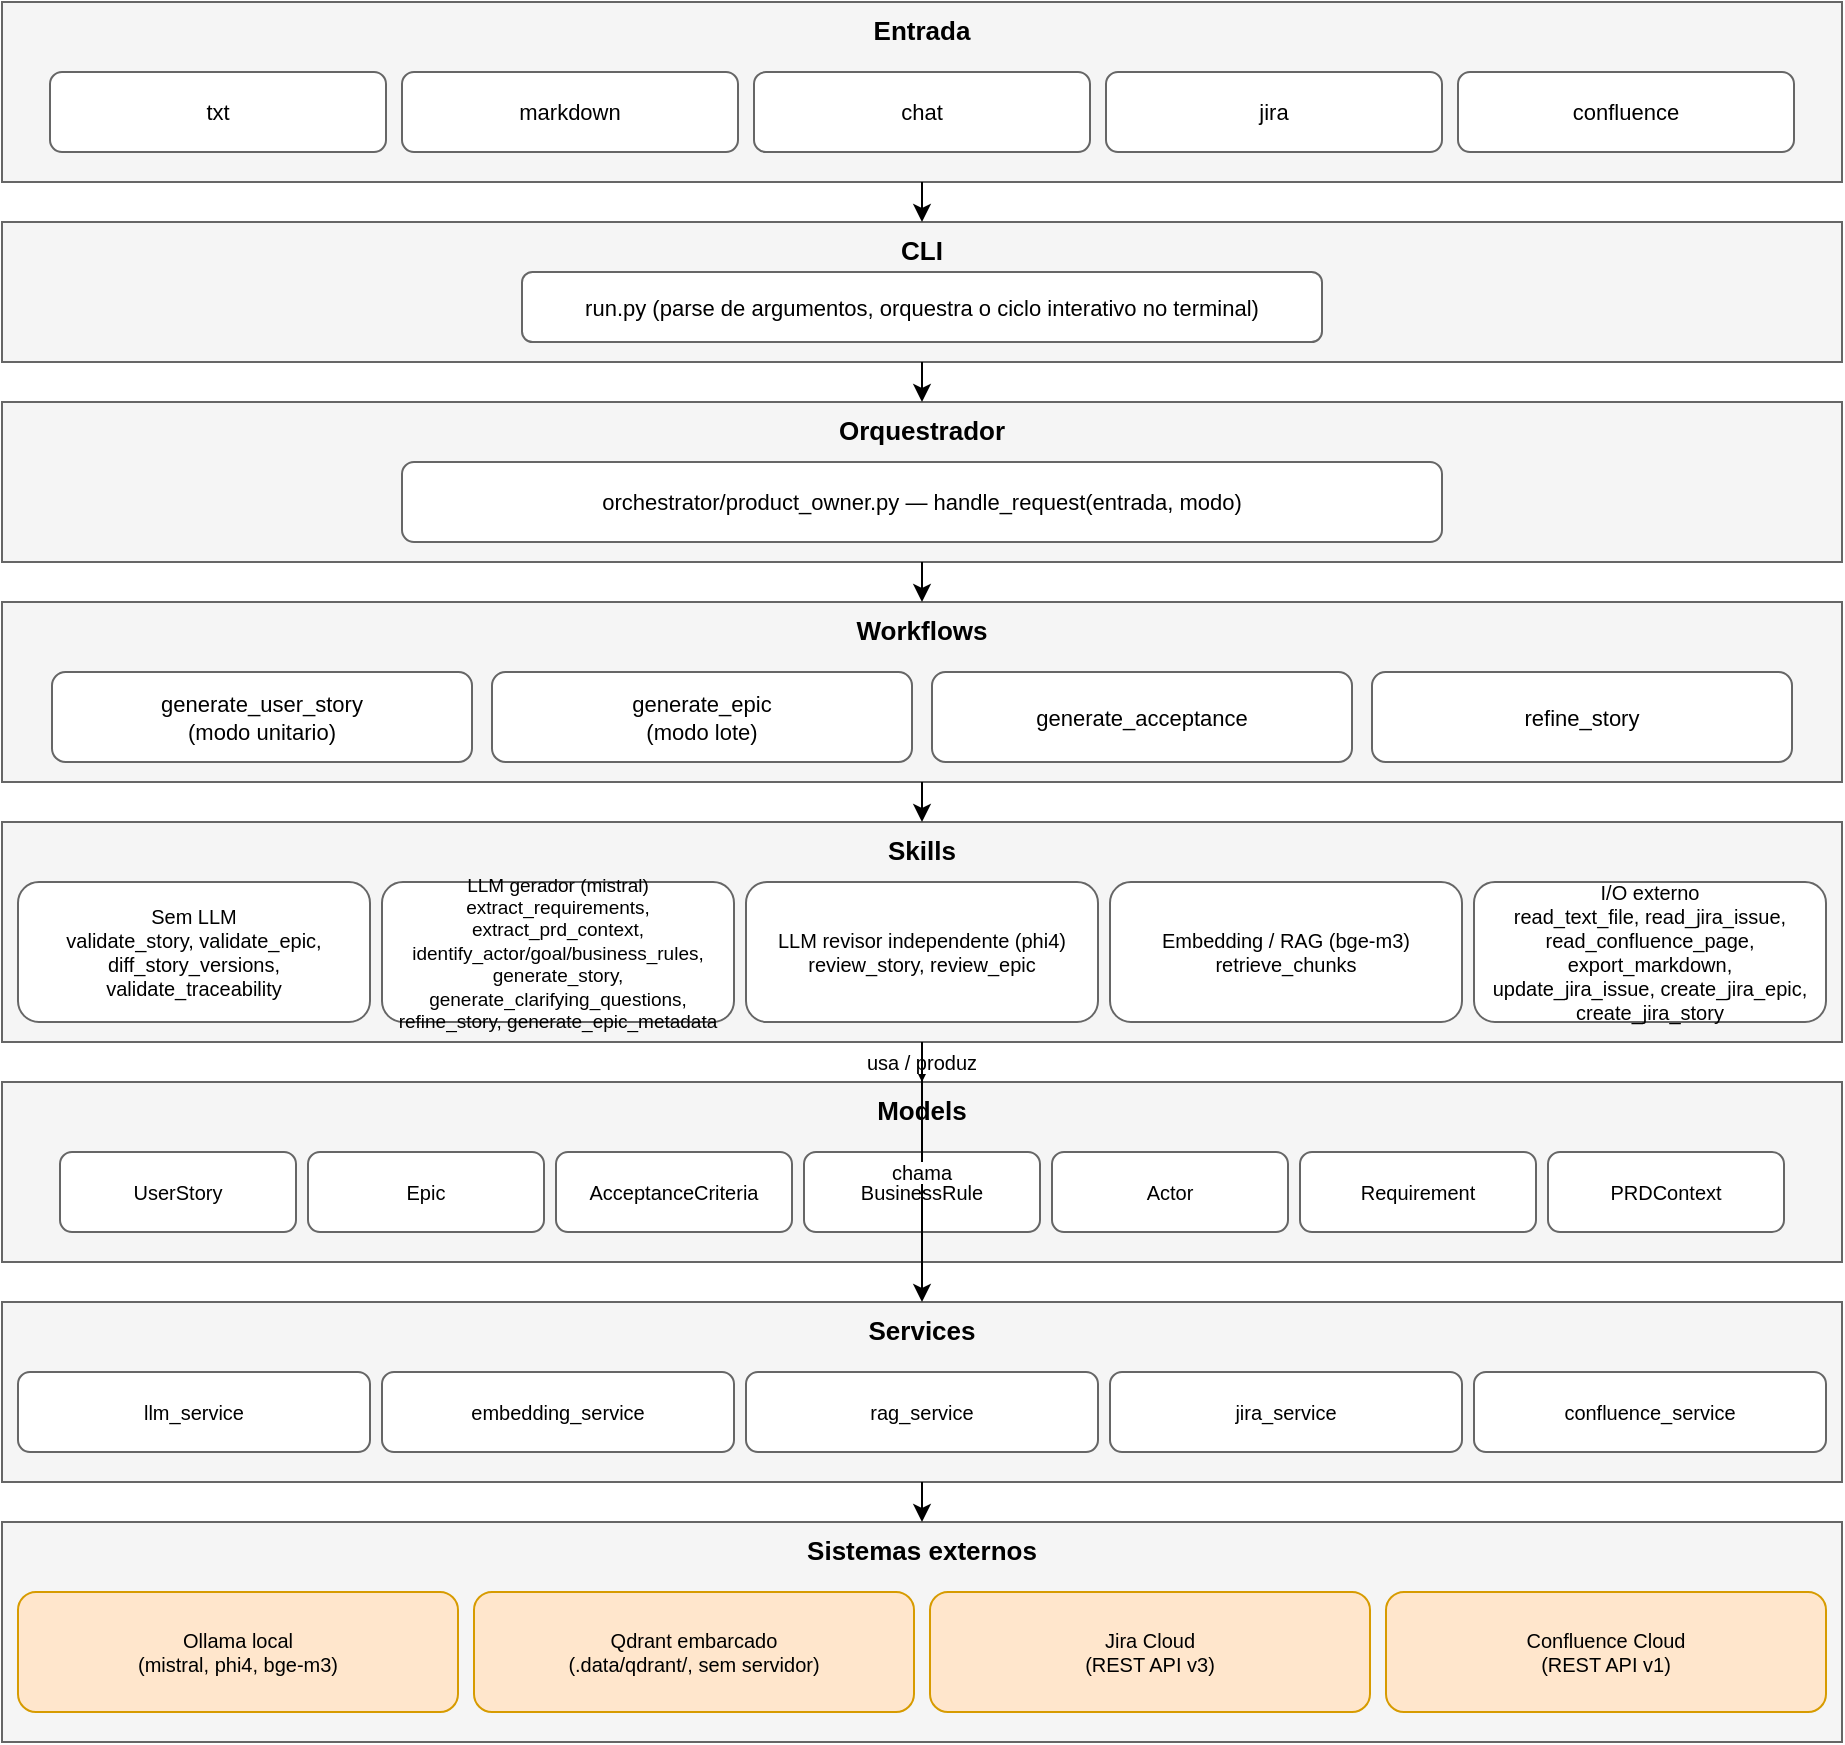
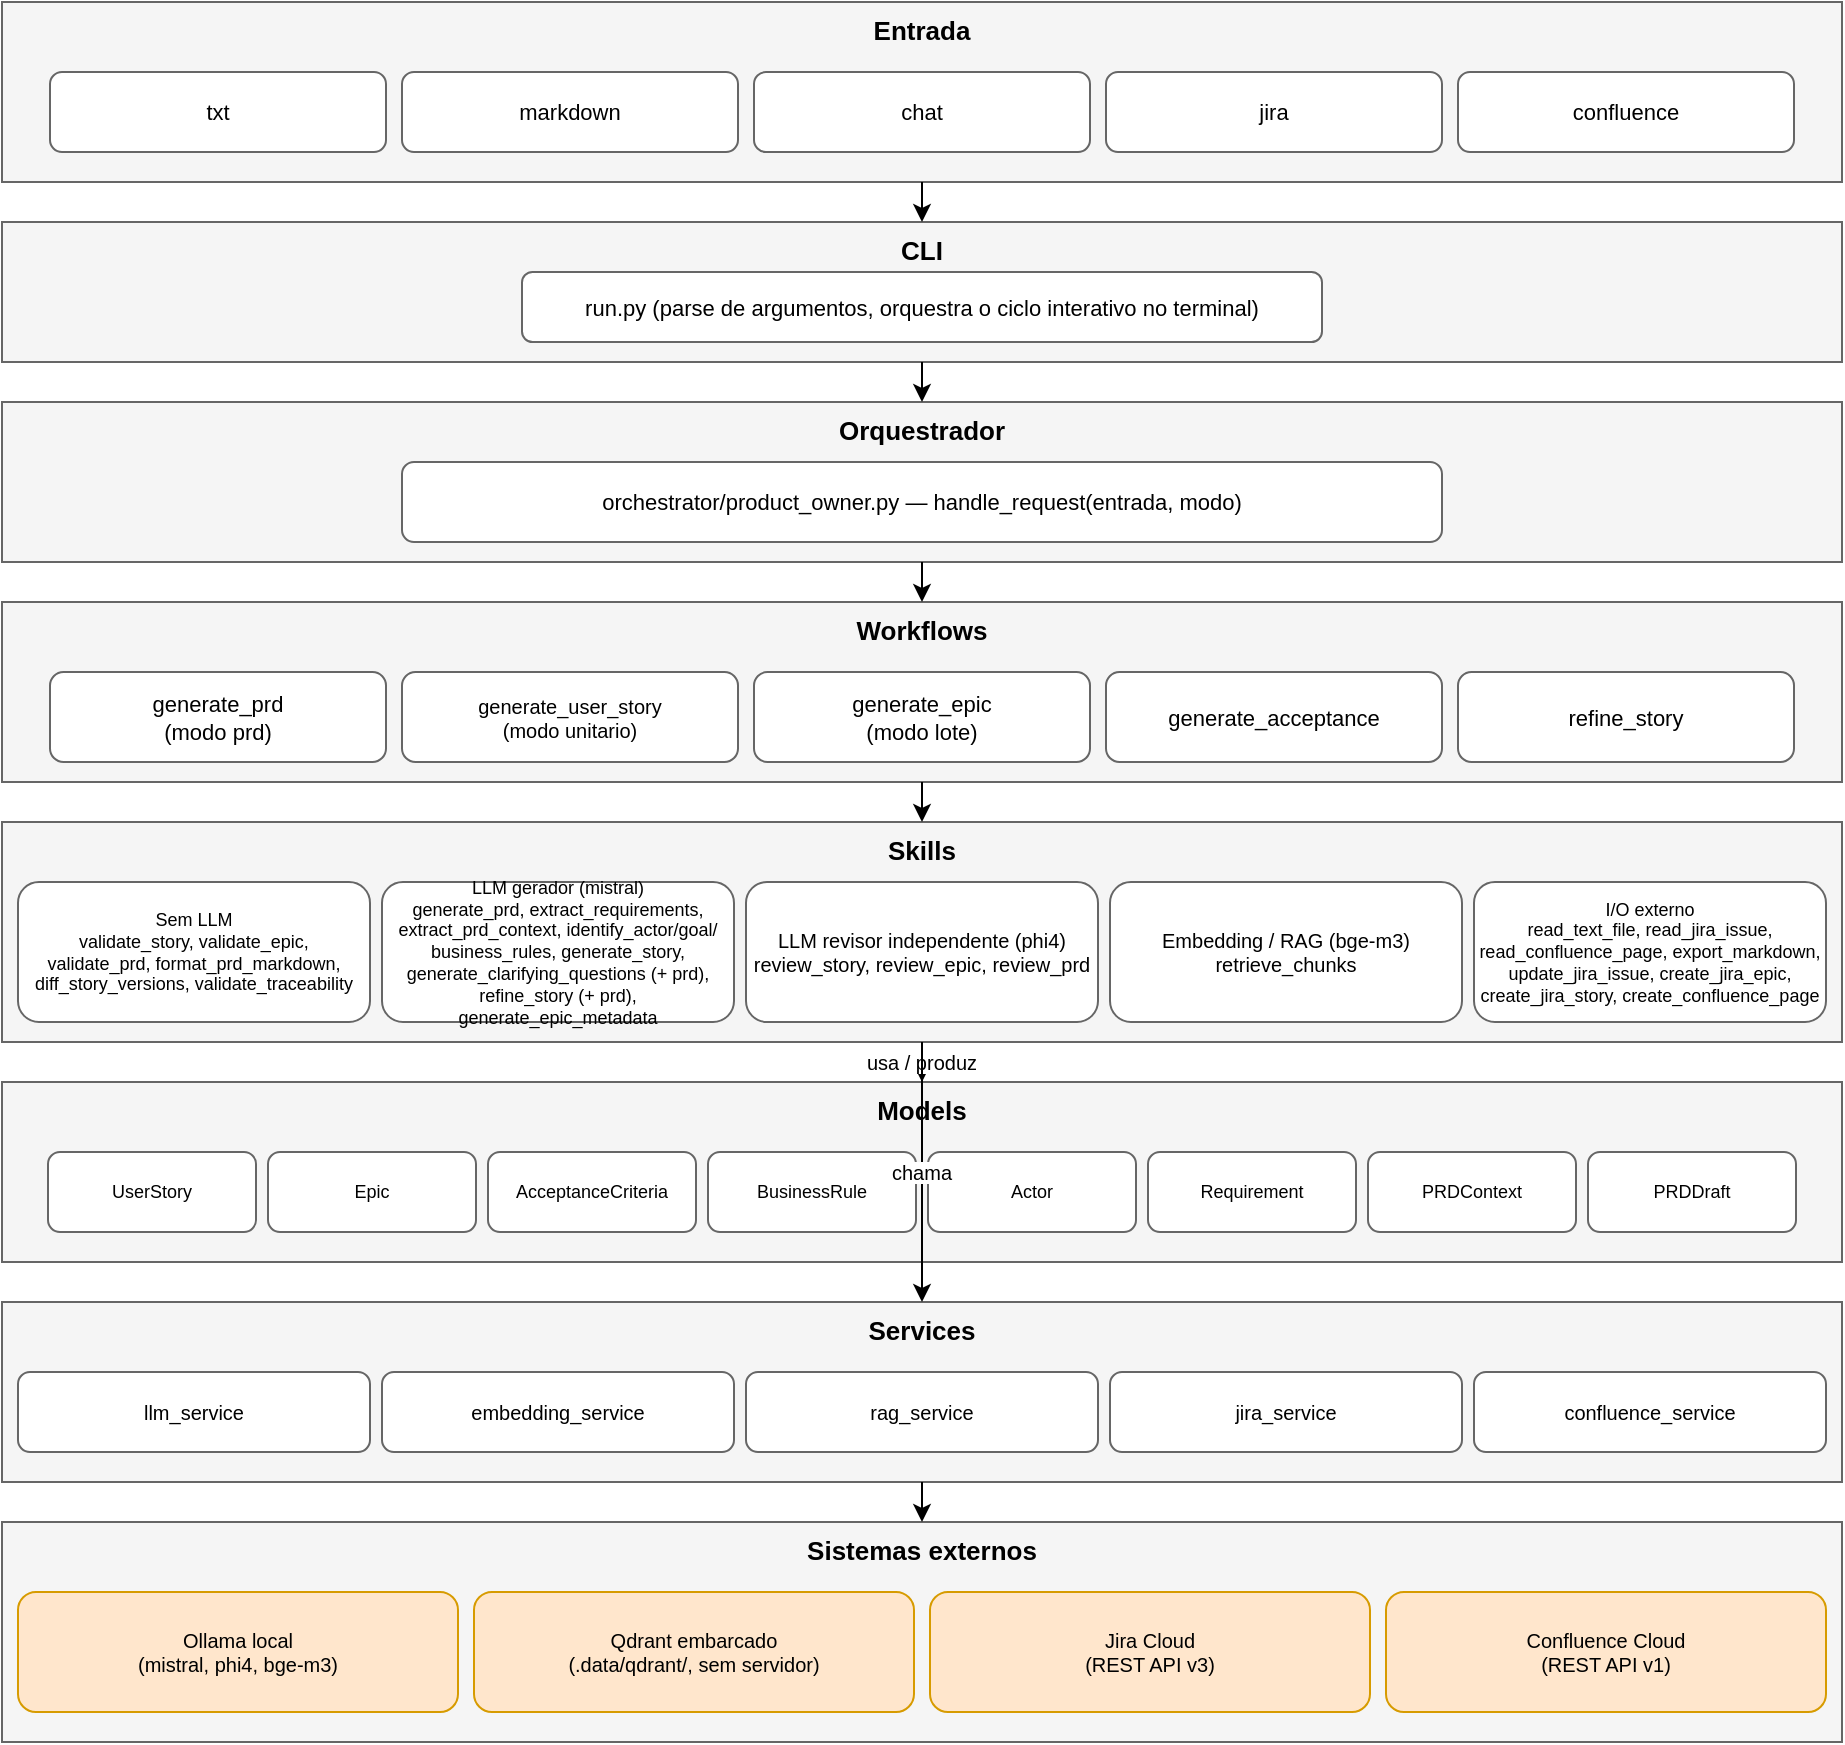
<?xml version="1.0" encoding="UTF-8"?>
<mxfile host="app.diagrams.net" agent="AQuA-QE Product Owner" version="24.0.0" type="device">
  <diagram id="camadas" name="1 - Arquitetura em camadas">
    <mxGraphModel dx="1200" dy="800" grid="1" gridSize="10" guides="1" tooltips="1" connect="1" arrows="1" fold="1" page="1" pageScale="1" pageWidth="1000" pageHeight="950" math="0" shadow="0">
      <root>
        <mxCell id="0" />
        <mxCell id="1" parent="0" />

        <mxCell id="bandEntrada" value="Entrada" style="rounded=0;whiteSpace=wrap;fillColor=#f5f5f5;strokeColor=#666666;verticalAlign=top;fontSize=13;fontStyle=1;container=1;collapsible=0;" vertex="1" parent="1">
          <mxGeometry x="40" y="40" width="920" height="90" as="geometry" />
        </mxCell>
        <mxCell id="ent1" value="txt" style="rounded=1;whiteSpace=wrap;fillColor=#ffffff;strokeColor=#666666;fontSize=11;" vertex="1" parent="bandEntrada">
          <mxGeometry x="24" y="35" width="168" height="40" as="geometry" />
        </mxCell>
        <mxCell id="ent2" value="markdown" style="rounded=1;whiteSpace=wrap;fillColor=#ffffff;strokeColor=#666666;fontSize=11;" vertex="1" parent="bandEntrada">
          <mxGeometry x="200" y="35" width="168" height="40" as="geometry" />
        </mxCell>
        <mxCell id="ent3" value="chat" style="rounded=1;whiteSpace=wrap;fillColor=#ffffff;strokeColor=#666666;fontSize=11;" vertex="1" parent="bandEntrada">
          <mxGeometry x="376" y="35" width="168" height="40" as="geometry" />
        </mxCell>
        <mxCell id="ent4" value="jira" style="rounded=1;whiteSpace=wrap;fillColor=#ffffff;strokeColor=#666666;fontSize=11;" vertex="1" parent="bandEntrada">
          <mxGeometry x="552" y="35" width="168" height="40" as="geometry" />
        </mxCell>
        <mxCell id="ent5" value="confluence" style="rounded=1;whiteSpace=wrap;fillColor=#ffffff;strokeColor=#666666;fontSize=11;" vertex="1" parent="bandEntrada">
          <mxGeometry x="728" y="35" width="168" height="40" as="geometry" />
        </mxCell>

        <mxCell id="bandCLI" value="CLI" style="rounded=0;whiteSpace=wrap;fillColor=#f5f5f5;strokeColor=#666666;verticalAlign=top;fontSize=13;fontStyle=1;container=1;collapsible=0;" vertex="1" parent="1">
          <mxGeometry x="40" y="150" width="920" height="70" as="geometry" />
        </mxCell>
        <mxCell id="cli1" value="run.py (parse de argumentos, orquestra o ciclo interativo no terminal)" style="rounded=1;whiteSpace=wrap;fillColor=#ffffff;strokeColor=#666666;fontSize=11;" vertex="1" parent="bandCLI">
          <mxGeometry x="260" y="25" width="400" height="35" as="geometry" />
        </mxCell>

        <mxCell id="bandOrq" value="Orquestrador" style="rounded=0;whiteSpace=wrap;fillColor=#f5f5f5;strokeColor=#666666;verticalAlign=top;fontSize=13;fontStyle=1;container=1;collapsible=0;" vertex="1" parent="1">
          <mxGeometry x="40" y="240" width="920" height="80" as="geometry" />
        </mxCell>
        <mxCell id="orq1" value="orchestrator/product_owner.py — handle_request(entrada, modo)" style="rounded=1;whiteSpace=wrap;fillColor=#ffffff;strokeColor=#666666;fontSize=11;" vertex="1" parent="bandOrq">
          <mxGeometry x="200" y="30" width="520" height="40" as="geometry" />
        </mxCell>

        <mxCell id="bandWorkflows" value="Workflows" style="rounded=0;whiteSpace=wrap;fillColor=#f5f5f5;strokeColor=#666666;verticalAlign=top;fontSize=13;fontStyle=1;container=1;collapsible=0;" vertex="1" parent="1">
          <mxGeometry x="40" y="340" width="920" height="90" as="geometry" />
        </mxCell>
-         <mxCell id="wf1" value="generate_user_story&#10;(modo unitario)" style="rounded=1;whiteSpace=wrap;fillColor=#ffffff;strokeColor=#666666;fontSize=11;" vertex="1" parent="bandWorkflows">
-           <mxGeometry x="25" y="35" width="210" height="45" as="geometry" />
+         <mxCell id="wf0" value="generate_prd&#10;(modo prd)" style="rounded=1;whiteSpace=wrap;fillColor=#ffffff;strokeColor=#666666;fontSize=11;" vertex="1" parent="bandWorkflows">
+           <mxGeometry x="24" y="35" width="168" height="45" as="geometry" />
+         </mxCell>
+         <mxCell id="wf1" value="generate_user_story&#10;(modo unitario)" style="rounded=1;whiteSpace=wrap;fillColor=#ffffff;strokeColor=#666666;fontSize=10;" vertex="1" parent="bandWorkflows">
+           <mxGeometry x="200" y="35" width="168" height="45" as="geometry" />
        </mxCell>
        <mxCell id="wf2" value="generate_epic&#10;(modo lote)" style="rounded=1;whiteSpace=wrap;fillColor=#ffffff;strokeColor=#666666;fontSize=11;" vertex="1" parent="bandWorkflows">
-           <mxGeometry x="245" y="35" width="210" height="45" as="geometry" />
+           <mxGeometry x="376" y="35" width="168" height="45" as="geometry" />
        </mxCell>
        <mxCell id="wf3" value="generate_acceptance" style="rounded=1;whiteSpace=wrap;fillColor=#ffffff;strokeColor=#666666;fontSize=11;" vertex="1" parent="bandWorkflows">
-           <mxGeometry x="465" y="35" width="210" height="45" as="geometry" />
+           <mxGeometry x="552" y="35" width="168" height="45" as="geometry" />
        </mxCell>
        <mxCell id="wf4" value="refine_story" style="rounded=1;whiteSpace=wrap;fillColor=#ffffff;strokeColor=#666666;fontSize=11;" vertex="1" parent="bandWorkflows">
-           <mxGeometry x="685" y="35" width="210" height="45" as="geometry" />
+           <mxGeometry x="728" y="35" width="168" height="45" as="geometry" />
        </mxCell>

        <mxCell id="bandSkills" value="Skills" style="rounded=0;whiteSpace=wrap;fillColor=#f5f5f5;strokeColor=#666666;verticalAlign=top;fontSize=13;fontStyle=1;container=1;collapsible=0;" vertex="1" parent="1">
          <mxGeometry x="40" y="450" width="920" height="110" as="geometry" />
        </mxCell>
-         <mxCell id="sk1" value="Sem LLM&#10;validate_story, validate_epic,&#10;diff_story_versions,&#10;validate_traceability" style="rounded=1;whiteSpace=wrap;fillColor=#ffffff;strokeColor=#666666;fontSize=10;" vertex="1" parent="bandSkills">
+         <mxCell id="sk1" value="Sem LLM&#10;validate_story, validate_epic,&#10;validate_prd, format_prd_markdown,&#10;diff_story_versions, validate_traceability" style="rounded=1;whiteSpace=wrap;fillColor=#ffffff;strokeColor=#666666;fontSize=9;" vertex="1" parent="bandSkills">
          <mxGeometry x="8" y="30" width="176" height="70" as="geometry" />
        </mxCell>
-         <mxCell id="sk2" value="LLM gerador (mistral)&#10;extract_requirements, extract_prd_context,&#10;identify_actor/goal/business_rules,&#10;generate_story, generate_clarifying_questions,&#10;refine_story, generate_epic_metadata" style="rounded=1;whiteSpace=wrap;fillColor=#ffffff;strokeColor=#666666;fontSize=9.5;" vertex="1" parent="bandSkills">
+         <mxCell id="sk2" value="LLM gerador (mistral)&#10;generate_prd, extract_requirements,&#10;extract_prd_context, identify_actor/goal/&#10;business_rules, generate_story,&#10;generate_clarifying_questions (+ prd),&#10;refine_story (+ prd), generate_epic_metadata" style="rounded=1;whiteSpace=wrap;fillColor=#ffffff;strokeColor=#666666;fontSize=9;" vertex="1" parent="bandSkills">
          <mxGeometry x="190" y="30" width="176" height="70" as="geometry" />
        </mxCell>
-         <mxCell id="sk3" value="LLM revisor independente (phi4)&#10;review_story, review_epic" style="rounded=1;whiteSpace=wrap;fillColor=#ffffff;strokeColor=#666666;fontSize=10;" vertex="1" parent="bandSkills">
+         <mxCell id="sk3" value="LLM revisor independente (phi4)&#10;review_story, review_epic, review_prd" style="rounded=1;whiteSpace=wrap;fillColor=#ffffff;strokeColor=#666666;fontSize=10;" vertex="1" parent="bandSkills">
          <mxGeometry x="372" y="30" width="176" height="70" as="geometry" />
        </mxCell>
        <mxCell id="sk4" value="Embedding / RAG (bge-m3)&#10;retrieve_chunks" style="rounded=1;whiteSpace=wrap;fillColor=#ffffff;strokeColor=#666666;fontSize=10;" vertex="1" parent="bandSkills">
          <mxGeometry x="554" y="30" width="176" height="70" as="geometry" />
        </mxCell>
-         <mxCell id="sk5" value="I/O externo&#10;read_text_file, read_jira_issue,&#10;read_confluence_page, export_markdown,&#10;update_jira_issue, create_jira_epic,&#10;create_jira_story" style="rounded=1;whiteSpace=wrap;fillColor=#ffffff;strokeColor=#666666;fontSize=10;" vertex="1" parent="bandSkills">
+         <mxCell id="sk5" value="I/O externo&#10;read_text_file, read_jira_issue,&#10;read_confluence_page, export_markdown,&#10;update_jira_issue, create_jira_epic,&#10;create_jira_story, create_confluence_page" style="rounded=1;whiteSpace=wrap;fillColor=#ffffff;strokeColor=#666666;fontSize=9;" vertex="1" parent="bandSkills">
          <mxGeometry x="736" y="30" width="176" height="70" as="geometry" />
        </mxCell>

        <mxCell id="bandModels" value="Models" style="rounded=0;whiteSpace=wrap;fillColor=#f5f5f5;strokeColor=#666666;verticalAlign=top;fontSize=13;fontStyle=1;container=1;collapsible=0;" vertex="1" parent="1">
          <mxGeometry x="40" y="580" width="920" height="90" as="geometry" />
        </mxCell>
-         <mxCell id="mdl1" value="UserStory" style="rounded=1;whiteSpace=wrap;fillColor=#ffffff;strokeColor=#666666;fontSize=10;" vertex="1" parent="bandModels">
-           <mxGeometry x="29" y="35" width="118" height="40" as="geometry" />
-         </mxCell>
-         <mxCell id="mdl2" value="Epic" style="rounded=1;whiteSpace=wrap;fillColor=#ffffff;strokeColor=#666666;fontSize=10;" vertex="1" parent="bandModels">
-           <mxGeometry x="153" y="35" width="118" height="40" as="geometry" />
-         </mxCell>
-         <mxCell id="mdl3" value="AcceptanceCriteria" style="rounded=1;whiteSpace=wrap;fillColor=#ffffff;strokeColor=#666666;fontSize=10;" vertex="1" parent="bandModels">
-           <mxGeometry x="277" y="35" width="118" height="40" as="geometry" />
-         </mxCell>
-         <mxCell id="mdl4" value="BusinessRule" style="rounded=1;whiteSpace=wrap;fillColor=#ffffff;strokeColor=#666666;fontSize=10;" vertex="1" parent="bandModels">
-           <mxGeometry x="401" y="35" width="118" height="40" as="geometry" />
-         </mxCell>
-         <mxCell id="mdl5" value="Actor" style="rounded=1;whiteSpace=wrap;fillColor=#ffffff;strokeColor=#666666;fontSize=10;" vertex="1" parent="bandModels">
-           <mxGeometry x="525" y="35" width="118" height="40" as="geometry" />
-         </mxCell>
-         <mxCell id="mdl6" value="Requirement" style="rounded=1;whiteSpace=wrap;fillColor=#ffffff;strokeColor=#666666;fontSize=10;" vertex="1" parent="bandModels">
-           <mxGeometry x="649" y="35" width="118" height="40" as="geometry" />
-         </mxCell>
-         <mxCell id="mdl7" value="PRDContext" style="rounded=1;whiteSpace=wrap;fillColor=#ffffff;strokeColor=#666666;fontSize=10;" vertex="1" parent="bandModels">
-           <mxGeometry x="773" y="35" width="118" height="40" as="geometry" />
+         <mxCell id="mdl1" value="UserStory" style="rounded=1;whiteSpace=wrap;fillColor=#ffffff;strokeColor=#666666;fontSize=9;" vertex="1" parent="bandModels">
+           <mxGeometry x="23" y="35" width="104" height="40" as="geometry" />
+         </mxCell>
+         <mxCell id="mdl2" value="Epic" style="rounded=1;whiteSpace=wrap;fillColor=#ffffff;strokeColor=#666666;fontSize=9;" vertex="1" parent="bandModels">
+           <mxGeometry x="133" y="35" width="104" height="40" as="geometry" />
+         </mxCell>
+         <mxCell id="mdl3" value="AcceptanceCriteria" style="rounded=1;whiteSpace=wrap;fillColor=#ffffff;strokeColor=#666666;fontSize=9;" vertex="1" parent="bandModels">
+           <mxGeometry x="243" y="35" width="104" height="40" as="geometry" />
+         </mxCell>
+         <mxCell id="mdl4" value="BusinessRule" style="rounded=1;whiteSpace=wrap;fillColor=#ffffff;strokeColor=#666666;fontSize=9;" vertex="1" parent="bandModels">
+           <mxGeometry x="353" y="35" width="104" height="40" as="geometry" />
+         </mxCell>
+         <mxCell id="mdl5" value="Actor" style="rounded=1;whiteSpace=wrap;fillColor=#ffffff;strokeColor=#666666;fontSize=9;" vertex="1" parent="bandModels">
+           <mxGeometry x="463" y="35" width="104" height="40" as="geometry" />
+         </mxCell>
+         <mxCell id="mdl6" value="Requirement" style="rounded=1;whiteSpace=wrap;fillColor=#ffffff;strokeColor=#666666;fontSize=9;" vertex="1" parent="bandModels">
+           <mxGeometry x="573" y="35" width="104" height="40" as="geometry" />
+         </mxCell>
+         <mxCell id="mdl8" value="PRDDraft" style="rounded=1;whiteSpace=wrap;fillColor=#ffffff;strokeColor=#666666;fontSize=9;" vertex="1" parent="bandModels">
+           <mxGeometry x="793" y="35" width="104" height="40" as="geometry" />
+         </mxCell>
+         <mxCell id="mdl7" value="PRDContext" style="rounded=1;whiteSpace=wrap;fillColor=#ffffff;strokeColor=#666666;fontSize=9;" vertex="1" parent="bandModels">
+           <mxGeometry x="683" y="35" width="104" height="40" as="geometry" />
        </mxCell>

        <mxCell id="bandServices" value="Services" style="rounded=0;whiteSpace=wrap;fillColor=#f5f5f5;strokeColor=#666666;verticalAlign=top;fontSize=13;fontStyle=1;container=1;collapsible=0;" vertex="1" parent="1">
          <mxGeometry x="40" y="690" width="920" height="90" as="geometry" />
        </mxCell>
        <mxCell id="svc1" value="llm_service" style="rounded=1;whiteSpace=wrap;fillColor=#ffffff;strokeColor=#666666;fontSize=10;" vertex="1" parent="bandServices">
          <mxGeometry x="8" y="35" width="176" height="40" as="geometry" />
        </mxCell>
        <mxCell id="svc2" value="embedding_service" style="rounded=1;whiteSpace=wrap;fillColor=#ffffff;strokeColor=#666666;fontSize=10;" vertex="1" parent="bandServices">
          <mxGeometry x="190" y="35" width="176" height="40" as="geometry" />
        </mxCell>
        <mxCell id="svc3" value="rag_service" style="rounded=1;whiteSpace=wrap;fillColor=#ffffff;strokeColor=#666666;fontSize=10;" vertex="1" parent="bandServices">
          <mxGeometry x="372" y="35" width="176" height="40" as="geometry" />
        </mxCell>
        <mxCell id="svc4" value="jira_service" style="rounded=1;whiteSpace=wrap;fillColor=#ffffff;strokeColor=#666666;fontSize=10;" vertex="1" parent="bandServices">
          <mxGeometry x="554" y="35" width="176" height="40" as="geometry" />
        </mxCell>
        <mxCell id="svc5" value="confluence_service" style="rounded=1;whiteSpace=wrap;fillColor=#ffffff;strokeColor=#666666;fontSize=10;" vertex="1" parent="bandServices">
          <mxGeometry x="736" y="35" width="176" height="40" as="geometry" />
        </mxCell>

        <mxCell id="bandExternos" value="Sistemas externos" style="rounded=0;whiteSpace=wrap;fillColor=#f5f5f5;strokeColor=#666666;verticalAlign=top;fontSize=13;fontStyle=1;container=1;collapsible=0;" vertex="1" parent="1">
          <mxGeometry x="40" y="800" width="920" height="110" as="geometry" />
        </mxCell>
        <mxCell id="ext1" value="Ollama local&#10;(mistral, phi4, bge-m3)" style="rounded=1;whiteSpace=wrap;fillColor=#ffe6cc;strokeColor=#d79b00;fontSize=10;" vertex="1" parent="bandExternos">
          <mxGeometry x="8" y="35" width="220" height="60" as="geometry" />
        </mxCell>
        <mxCell id="ext2" value="Qdrant embarcado&#10;(.data/qdrant/, sem servidor)" style="rounded=1;whiteSpace=wrap;fillColor=#ffe6cc;strokeColor=#d79b00;fontSize=10;" vertex="1" parent="bandExternos">
          <mxGeometry x="236" y="35" width="220" height="60" as="geometry" />
        </mxCell>
        <mxCell id="ext3" value="Jira Cloud&#10;(REST API v3)" style="rounded=1;whiteSpace=wrap;fillColor=#ffe6cc;strokeColor=#d79b00;fontSize=10;" vertex="1" parent="bandExternos">
          <mxGeometry x="464" y="35" width="220" height="60" as="geometry" />
        </mxCell>
        <mxCell id="ext4" value="Confluence Cloud&#10;(REST API v1)" style="rounded=1;whiteSpace=wrap;fillColor=#ffe6cc;strokeColor=#d79b00;fontSize=10;" vertex="1" parent="bandExternos">
          <mxGeometry x="692" y="35" width="220" height="60" as="geometry" />
        </mxCell>

        <mxCell id="e1" style="edgeStyle=orthogonalEdgeStyle;rounded=0;" edge="1" parent="1" source="bandEntrada" target="bandCLI"><mxGeometry relative="1" as="geometry" /></mxCell>
        <mxCell id="e2" style="edgeStyle=orthogonalEdgeStyle;rounded=0;" edge="1" parent="1" source="bandCLI" target="bandOrq"><mxGeometry relative="1" as="geometry" /></mxCell>
        <mxCell id="e3" style="edgeStyle=orthogonalEdgeStyle;rounded=0;" edge="1" parent="1" source="bandOrq" target="bandWorkflows"><mxGeometry relative="1" as="geometry" /></mxCell>
        <mxCell id="e4" style="edgeStyle=orthogonalEdgeStyle;rounded=0;" edge="1" parent="1" source="bandWorkflows" target="bandSkills"><mxGeometry relative="1" as="geometry" /></mxCell>
        <mxCell id="e5" value="usa / produz" style="edgeStyle=orthogonalEdgeStyle;rounded=0;fontSize=10;" edge="1" parent="1" source="bandSkills" target="bandModels"><mxGeometry relative="1" as="geometry" /></mxCell>
        <mxCell id="e6" value="chama" style="edgeStyle=orthogonalEdgeStyle;rounded=0;fontSize=10;" edge="1" parent="1" source="bandSkills" target="bandServices"><mxGeometry relative="1" as="geometry" /></mxCell>
        <mxCell id="e7" style="edgeStyle=orthogonalEdgeStyle;rounded=0;" edge="1" parent="1" source="bandServices" target="bandExternos"><mxGeometry relative="1" as="geometry" /></mxCell>
      </root>
    </mxGraphModel>
  </diagram>

  <diagram id="fluxounitario" name="2 - Fluxo modo unitario">
    <mxGraphModel dx="1200" dy="800" grid="1" gridSize="10" guides="1" tooltips="1" connect="1" arrows="1" fold="1" page="1" pageScale="1" pageWidth="1100" pageHeight="1460" math="0" shadow="0">
      <root>
        <mxCell id="0" />
        <mxCell id="1" parent="0" />

        <mxCell id="u_n1" value="Entrada&#10;(.txt/.md, chat ou ticket Jira)" style="ellipse;whiteSpace=wrap;fillColor=#d5e8d4;strokeColor=#82b366;fontSize=12;" vertex="1" parent="1">
          <mxGeometry x="380" y="40" width="300" height="60" as="geometry" />
        </mxCell>
        <mxCell id="u_n2" value="read_text_file / read_jira_issue" style="rounded=1;whiteSpace=wrap;fillColor=#dae8fc;strokeColor=#6c8ebf;fontSize=12;" vertex="1" parent="1">
          <mxGeometry x="380" y="130" width="300" height="50" as="geometry" />
        </mxCell>
        <mxCell id="u_n3" value="extract_requirements" style="rounded=1;whiteSpace=wrap;fillColor=#dae8fc;strokeColor=#6c8ebf;fontSize=12;" vertex="1" parent="1">
          <mxGeometry x="380" y="210" width="300" height="50" as="geometry" />
        </mxCell>
        <mxCell id="u_n4" value="retrieve_chunks (opcional)&#10;RAG sobre knowledge/methodology/" style="rounded=1;whiteSpace=wrap;fillColor=#f5f5f5;strokeColor=#666666;dashed=1;fontSize=11;" vertex="1" parent="1">
          <mxGeometry x="380" y="290" width="300" height="50" as="geometry" />
        </mxCell>
        <mxCell id="u_n5" value="identify_actor / identify_goal /&#10;identify_business_rules" style="rounded=1;whiteSpace=wrap;fillColor=#dae8fc;strokeColor=#6c8ebf;fontSize=12;" vertex="1" parent="1">
          <mxGeometry x="380" y="370" width="300" height="60" as="geometry" />
        </mxCell>
        <mxCell id="u_n6" value="generate_story (LLM gerador - mistral)" style="rounded=1;whiteSpace=wrap;fillColor=#dae8fc;strokeColor=#6c8ebf;fontSize=12;" vertex="1" parent="1">
          <mxGeometry x="380" y="460" width="300" height="50" as="geometry" />
        </mxCell>
        <mxCell id="u_d1" value="validate_story:&#10;passa no checklist&#10;INVEST/DoR?" style="rhombus;whiteSpace=wrap;fillColor=#ffe6cc;strokeColor=#d79b00;fontSize=12;" vertex="1" parent="1">
          <mxGeometry x="380" y="540" width="300" height="100" as="geometry" />
        </mxCell>
        <mxCell id="u_b1" value="PENDING_CLARIFICATION&#10;(RULE-004): agente para e pede&#10;esclarecimento ao usuario" style="rounded=1;whiteSpace=wrap;fillColor=#f8cecc;strokeColor=#b85450;dashed=1;fontSize=11;" vertex="1" parent="1">
          <mxGeometry x="760" y="555" width="280" height="70" as="geometry" />
        </mxCell>
        <mxCell id="u_n7" value="review_story (LLM revisor - phi4)" style="rounded=1;whiteSpace=wrap;fillColor=#dae8fc;strokeColor=#6c8ebf;fontSize=12;" vertex="1" parent="1">
          <mxGeometry x="380" y="670" width="300" height="50" as="geometry" />
        </mxCell>
        <mxCell id="u_d2" value="Aprovado pelo&#10;revisor independente?" style="rhombus;whiteSpace=wrap;fillColor=#ffe6cc;strokeColor=#d79b00;fontSize=12;" vertex="1" parent="1">
          <mxGeometry x="380" y="750" width="300" height="100" as="geometry" />
        </mxCell>
        <mxCell id="u_b2" value="Ver Diagrama 4:&#10;Ciclo de refinamento&#10;humano-no-loop" style="shape=process;whiteSpace=wrap;fillColor=#fff2cc;strokeColor=#d6b656;fontSize=11;" vertex="1" parent="1">
          <mxGeometry x="760" y="765" width="280" height="70" as="geometry" />
        </mxCell>
        <mxCell id="u_n8" value="export_markdown&#10;(status: draft_validated)" style="rounded=1;whiteSpace=wrap;fillColor=#dae8fc;strokeColor=#6c8ebf;fontSize=12;" vertex="1" parent="1">
          <mxGeometry x="380" y="880" width="300" height="50" as="geometry" />
        </mxCell>
        <mxCell id="u_d3" value="Aceite humano&#10;explicito?" style="rhombus;whiteSpace=wrap;fillColor=#ffe6cc;strokeColor=#d79b00;fontSize=12;" vertex="1" parent="1">
          <mxGeometry x="380" y="960" width="300" height="100" as="geometry" />
        </mxCell>
        <mxCell id="u_b3" value="Nao aceito:&#10;permanece draft_validated&#10;(aguardando novo ciclo)" style="rounded=1;whiteSpace=wrap;fillColor=#f8cecc;strokeColor=#b85450;dashed=1;fontSize=11;" vertex="1" parent="1">
          <mxGeometry x="760" y="975" width="280" height="70" as="geometry" />
        </mxCell>
        <mxCell id="u_n9" value="status: ACCEPTED" style="rounded=1;whiteSpace=wrap;fillColor=#d5e8d4;strokeColor=#82b366;fontSize=12;fontStyle=1;" vertex="1" parent="1">
          <mxGeometry x="380" y="1090" width="300" height="50" as="geometry" />
        </mxCell>
        <mxCell id="u_d4" value="Origem era um&#10;ticket Jira?" style="rhombus;whiteSpace=wrap;fillColor=#ffe6cc;strokeColor=#d79b00;fontSize=12;" vertex="1" parent="1">
          <mxGeometry x="380" y="1170" width="300" height="100" as="geometry" />
        </mxCell>
        <mxCell id="u_n10" value="update_jira_issue&#10;(write-back no ticket, sob confirmacao)" style="rounded=1;whiteSpace=wrap;fillColor=#dae8fc;strokeColor=#6c8ebf;fontSize=12;" vertex="1" parent="1">
          <mxGeometry x="380" y="1300" width="300" height="50" as="geometry" />
        </mxCell>
        <mxCell id="u_end" value="Fim" style="ellipse;whiteSpace=wrap;fillColor=#d5e8d4;strokeColor=#82b366;fontSize=12;" vertex="1" parent="1">
          <mxGeometry x="380" y="1390" width="300" height="50" as="geometry" />
        </mxCell>

        <mxCell id="ue1" style="edgeStyle=orthogonalEdgeStyle;rounded=0;" edge="1" parent="1" source="u_n1" target="u_n2"><mxGeometry relative="1" as="geometry" /></mxCell>
        <mxCell id="ue2" style="edgeStyle=orthogonalEdgeStyle;rounded=0;" edge="1" parent="1" source="u_n2" target="u_n3"><mxGeometry relative="1" as="geometry" /></mxCell>
        <mxCell id="ue3" style="edgeStyle=orthogonalEdgeStyle;rounded=0;" edge="1" parent="1" source="u_n3" target="u_n4"><mxGeometry relative="1" as="geometry" /></mxCell>
        <mxCell id="ue4" style="edgeStyle=orthogonalEdgeStyle;rounded=0;" edge="1" parent="1" source="u_n4" target="u_n5"><mxGeometry relative="1" as="geometry" /></mxCell>
        <mxCell id="ue5" style="edgeStyle=orthogonalEdgeStyle;rounded=0;" edge="1" parent="1" source="u_n5" target="u_n6"><mxGeometry relative="1" as="geometry" /></mxCell>
        <mxCell id="ue6" style="edgeStyle=orthogonalEdgeStyle;rounded=0;" edge="1" parent="1" source="u_n6" target="u_d1"><mxGeometry relative="1" as="geometry" /></mxCell>
        <mxCell id="ue7" value="Nao" style="edgeStyle=orthogonalEdgeStyle;rounded=0;fontSize=11;" edge="1" parent="1" source="u_d1" target="u_b1"><mxGeometry relative="1" as="geometry" /></mxCell>
        <mxCell id="ue8" value="Sim" style="edgeStyle=orthogonalEdgeStyle;rounded=0;fontSize=11;" edge="1" parent="1" source="u_d1" target="u_n7"><mxGeometry relative="1" as="geometry" /></mxCell>
        <mxCell id="ue9" style="edgeStyle=orthogonalEdgeStyle;rounded=0;" edge="1" parent="1" source="u_n7" target="u_d2"><mxGeometry relative="1" as="geometry" /></mxCell>
        <mxCell id="ue10" value="Nao" style="edgeStyle=orthogonalEdgeStyle;rounded=0;fontSize=11;" edge="1" parent="1" source="u_d2" target="u_b2"><mxGeometry relative="1" as="geometry" /></mxCell>
        <mxCell id="ue11" value="Sim" style="edgeStyle=orthogonalEdgeStyle;rounded=0;fontSize=11;" edge="1" parent="1" source="u_d2" target="u_n8"><mxGeometry relative="1" as="geometry" /></mxCell>
        <mxCell id="ue12" value="story refinada&#10;(revalidar)" style="edgeStyle=orthogonalEdgeStyle;rounded=0;fontSize=10;exitX=1;exitY=0;entryX=1;entryY=0.5;" edge="1" parent="1" source="u_b2" target="u_d1"><mxGeometry relative="1" as="geometry" /></mxCell>
        <mxCell id="ue13" style="edgeStyle=orthogonalEdgeStyle;rounded=0;" edge="1" parent="1" source="u_n8" target="u_d3"><mxGeometry relative="1" as="geometry" /></mxCell>
        <mxCell id="ue14" value="Nao" style="edgeStyle=orthogonalEdgeStyle;rounded=0;fontSize=11;" edge="1" parent="1" source="u_d3" target="u_b3"><mxGeometry relative="1" as="geometry" /></mxCell>
        <mxCell id="ue15" value="Sim" style="edgeStyle=orthogonalEdgeStyle;rounded=0;fontSize=11;" edge="1" parent="1" source="u_d3" target="u_n9"><mxGeometry relative="1" as="geometry" /></mxCell>
        <mxCell id="ue16" style="edgeStyle=orthogonalEdgeStyle;rounded=0;" edge="1" parent="1" source="u_n9" target="u_d4"><mxGeometry relative="1" as="geometry" /></mxCell>
        <mxCell id="ue17" value="Sim" style="edgeStyle=orthogonalEdgeStyle;rounded=0;fontSize=11;" edge="1" parent="1" source="u_d4" target="u_n10"><mxGeometry relative="1" as="geometry" /></mxCell>
        <mxCell id="ue18" value="Nao" style="edgeStyle=orthogonalEdgeStyle;rounded=0;fontSize=11;exitX=0;exitY=0.5;entryX=0;entryY=0.5;" edge="1" parent="1" source="u_d4" target="u_end"><mxGeometry relative="1" as="geometry" /></mxCell>
        <mxCell id="ue19" style="edgeStyle=orthogonalEdgeStyle;rounded=0;" edge="1" parent="1" source="u_n10" target="u_end"><mxGeometry relative="1" as="geometry" /></mxCell>
      </root>
    </mxGraphModel>
  </diagram>

  <diagram id="fluxoepico" name="3 - Fluxo modo lote (Epico)">
    <mxGraphModel dx="1200" dy="800" grid="1" gridSize="10" guides="1" tooltips="1" connect="1" arrows="1" fold="1" page="1" pageScale="1" pageWidth="1150" pageHeight="1980" math="0" shadow="0">
      <root>
        <mxCell id="0" />
        <mxCell id="1" parent="0" />

        <mxCell id="e_n1" value="Entrada completa&#10;(.txt/.md ou pagina Confluence)" style="ellipse;whiteSpace=wrap;fillColor=#d5e8d4;strokeColor=#82b366;fontSize=12;" vertex="1" parent="1">
          <mxGeometry x="380" y="40" width="340" height="60" as="geometry" />
        </mxCell>
        <mxCell id="e_n2" value="read_text_file / read_confluence_page" style="rounded=1;whiteSpace=wrap;fillColor=#dae8fc;strokeColor=#6c8ebf;fontSize=12;" vertex="1" parent="1">
          <mxGeometry x="380" y="130" width="340" height="50" as="geometry" />
        </mxCell>
        <mxCell id="e_n3" value="extract_requirements&#10;(lista de requisitos candidatos)" style="rounded=1;whiteSpace=wrap;fillColor=#dae8fc;strokeColor=#6c8ebf;fontSize=12;" vertex="1" parent="1">
          <mxGeometry x="380" y="210" width="340" height="50" as="geometry" />
        </mxCell>
        <mxCell id="e_n3b" value="extract_prd_context&#10;(visao, requisitos nao funcionais, riscos,&#10;criterios de sucesso, restricoes, dependencias)" style="rounded=1;whiteSpace=wrap;fillColor=#dae8fc;strokeColor=#6c8ebf;fontSize=11;" vertex="1" parent="1">
          <mxGeometry x="380" y="290" width="340" height="60" as="geometry" />
        </mxCell>
        <mxCell id="e_n4" value="generate_epic_metadata&#10;(texto + requisitos -- SEM stories ainda)" style="rounded=1;whiteSpace=wrap;fillColor=#dae8fc;strokeColor=#6c8ebf;fontSize=12;" vertex="1" parent="1">
          <mxGeometry x="380" y="380" width="340" height="50" as="geometry" />
        </mxCell>
        <mxCell id="e_n5" value="validate_epic (checklist Python puro)" style="rounded=1;whiteSpace=wrap;fillColor=#dae8fc;strokeColor=#6c8ebf;fontSize=12;" vertex="1" parent="1">
          <mxGeometry x="380" y="460" width="340" height="50" as="geometry" />
        </mxCell>
        <mxCell id="e_d0" value="Continuar e gerar as&#10;User Stories deste Epico?" style="rhombus;whiteSpace=wrap;fillColor=#ffe6cc;strokeColor=#d79b00;fontSize=12;fontStyle=1;" vertex="1" parent="1">
          <mxGeometry x="380" y="540" width="340" height="100" as="geometry" />
        </mxCell>
        <mxCell id="e_bstop" value="Execucao interrompida:&#10;nenhuma User Story foi gerada" style="rounded=1;whiteSpace=wrap;fillColor=#f8cecc;strokeColor=#b85450;dashed=1;fontSize=11;" vertex="1" parent="1">
          <mxGeometry x="800" y="560" width="300" height="60" as="geometry" />
        </mxCell>
        <mxCell id="e_note1" value="Para cada requisito extraido:" style="text;align=center;fontStyle=2;fontSize=11;" vertex="1" parent="1">
          <mxGeometry x="380" y="670" width="340" height="30" as="geometry" />
        </mxCell>
        <mxCell id="e_n6" value="identify_actor / identify_goal /&#10;identify_business_rules" style="rounded=1;whiteSpace=wrap;fillColor=#dae8fc;strokeColor=#6c8ebf;fontSize=12;" vertex="1" parent="1">
          <mxGeometry x="380" y="710" width="340" height="60" as="geometry" />
        </mxCell>
        <mxCell id="e_d1" value="Ator e objetivo&#10;identificados com confianca?" style="rhombus;whiteSpace=wrap;fillColor=#ffe6cc;strokeColor=#d79b00;fontSize=12;" vertex="1" parent="1">
          <mxGeometry x="380" y="790" width="340" height="100" as="geometry" />
        </mxCell>
        <mxCell id="e_n7" value="Nao: unresolved_items += item&#10;(nao trava o restante do lote)" style="rounded=1;whiteSpace=wrap;fillColor=#f8cecc;strokeColor=#b85450;dashed=1;fontSize=11;" vertex="1" parent="1">
          <mxGeometry x="800" y="810" width="300" height="60" as="geometry" />
        </mxCell>
        <mxCell id="e_n8" value="Sim: gera a story completa&#10;(mesmo pipeline do Diagrama 2:&#10;generate_story -&gt; validate_story -&gt; review_story)" style="shape=process;whiteSpace=wrap;fillColor=#fff2cc;strokeColor=#d6b656;fontSize=11;" vertex="1" parent="1">
          <mxGeometry x="380" y="910" width="340" height="70" as="geometry" />
        </mxCell>
        <mxCell id="e_n9" value="story draft_validated adicionada&#10;a epic.stories" style="rounded=1;whiteSpace=wrap;fillColor=#dae8fc;strokeColor=#6c8ebf;fontSize=12;" vertex="1" parent="1">
          <mxGeometry x="380" y="1000" width="340" height="50" as="geometry" />
        </mxCell>
        <mxCell id="e_n10" value="validate_traceability:&#10;stories_duplicadas, stories_sem_valor,&#10;requisitos_orfaos" style="rounded=1;whiteSpace=wrap;fillColor=#dae8fc;strokeColor=#6c8ebf;fontSize=12;" vertex="1" parent="1">
          <mxGeometry x="380" y="1090" width="340" height="60" as="geometry" />
        </mxCell>
        <mxCell id="e_n11" value="review_epic (LLM revisor - phi4,&#10;agora com as stories existentes)" style="rounded=1;whiteSpace=wrap;fillColor=#dae8fc;strokeColor=#6c8ebf;fontSize=12;" vertex="1" parent="1">
          <mxGeometry x="380" y="1180" width="340" height="60" as="geometry" />
        </mxCell>
        <mxCell id="e_n12" value="Refinamento por story&#10;(ver Diagrama 4, por story reprovada)" style="shape=process;whiteSpace=wrap;fillColor=#fff2cc;strokeColor=#d6b656;fontSize=11;" vertex="1" parent="1">
          <mxGeometry x="380" y="1270" width="340" height="60" as="geometry" />
        </mxCell>
        <mxCell id="e_d2" value="Aceite humano&#10;explicito do Epico?" style="rhombus;whiteSpace=wrap;fillColor=#ffe6cc;strokeColor=#d79b00;fontSize=12;" vertex="1" parent="1">
          <mxGeometry x="380" y="1360" width="340" height="100" as="geometry" />
        </mxCell>
        <mxCell id="e_bno" value="Permanece draft_validated /&#10;pending_clarification" style="rounded=1;whiteSpace=wrap;fillColor=#f8cecc;strokeColor=#b85450;dashed=1;fontSize=11;" vertex="1" parent="1">
          <mxGeometry x="800" y="1380" width="300" height="60" as="geometry" />
        </mxCell>
        <mxCell id="e_n13" value="status Epico: ACCEPTED" style="rounded=1;whiteSpace=wrap;fillColor=#d5e8d4;strokeColor=#82b366;fontSize=12;fontStyle=1;" vertex="1" parent="1">
          <mxGeometry x="380" y="1490" width="340" height="50" as="geometry" />
        </mxCell>
        <mxCell id="e_d3" value="Usuario pediu&#10;--criar-jira?" style="rhombus;whiteSpace=wrap;fillColor=#ffe6cc;strokeColor=#d79b00;fontSize=12;" vertex="1" parent="1">
          <mxGeometry x="380" y="1570" width="340" height="100" as="geometry" />
        </mxCell>
        <mxCell id="e_n14" value="create_jira_epic -&gt; cria ticket Epico" style="rounded=1;whiteSpace=wrap;fillColor=#dae8fc;strokeColor=#6c8ebf;fontSize=12;" vertex="1" parent="1">
          <mxGeometry x="380" y="1700" width="340" height="50" as="geometry" />
        </mxCell>
        <mxCell id="e_n15" value="create_jira_story (para cada story)&#10;-&gt; cria tickets filhos" style="rounded=1;whiteSpace=wrap;fillColor=#dae8fc;strokeColor=#6c8ebf;fontSize=12;" vertex="1" parent="1">
          <mxGeometry x="380" y="1780" width="340" height="50" as="geometry" />
        </mxCell>
        <mxCell id="e_end" value="Fim" style="ellipse;whiteSpace=wrap;fillColor=#d5e8d4;strokeColor=#82b366;fontSize=12;" vertex="1" parent="1">
          <mxGeometry x="380" y="1860" width="340" height="50" as="geometry" />
        </mxCell>

        <mxCell id="ee1" style="edgeStyle=orthogonalEdgeStyle;rounded=0;" edge="1" parent="1" source="e_n1" target="e_n2"><mxGeometry relative="1" as="geometry" /></mxCell>
        <mxCell id="ee2" style="edgeStyle=orthogonalEdgeStyle;rounded=0;" edge="1" parent="1" source="e_n2" target="e_n3"><mxGeometry relative="1" as="geometry" /></mxCell>
        <mxCell id="ee2b" style="edgeStyle=orthogonalEdgeStyle;rounded=0;" edge="1" parent="1" source="e_n3" target="e_n3b"><mxGeometry relative="1" as="geometry" /></mxCell>
        <mxCell id="ee3" style="edgeStyle=orthogonalEdgeStyle;rounded=0;" edge="1" parent="1" source="e_n3b" target="e_n4"><mxGeometry relative="1" as="geometry" /></mxCell>
        <mxCell id="ee4" style="edgeStyle=orthogonalEdgeStyle;rounded=0;" edge="1" parent="1" source="e_n4" target="e_n5"><mxGeometry relative="1" as="geometry" /></mxCell>
        <mxCell id="ee5" style="edgeStyle=orthogonalEdgeStyle;rounded=0;" edge="1" parent="1" source="e_n5" target="e_d0"><mxGeometry relative="1" as="geometry" /></mxCell>
        <mxCell id="ee6" value="Nao" style="edgeStyle=orthogonalEdgeStyle;rounded=0;fontSize=11;" edge="1" parent="1" source="e_d0" target="e_bstop"><mxGeometry relative="1" as="geometry" /></mxCell>
        <mxCell id="ee7" value="Sim" style="edgeStyle=orthogonalEdgeStyle;rounded=0;fontSize=11;" edge="1" parent="1" source="e_d0" target="e_note1"><mxGeometry relative="1" as="geometry" /></mxCell>
        <mxCell id="ee8" style="edgeStyle=orthogonalEdgeStyle;rounded=0;" edge="1" parent="1" source="e_note1" target="e_n6"><mxGeometry relative="1" as="geometry" /></mxCell>
        <mxCell id="ee9" style="edgeStyle=orthogonalEdgeStyle;rounded=0;" edge="1" parent="1" source="e_n6" target="e_d1"><mxGeometry relative="1" as="geometry" /></mxCell>
        <mxCell id="ee10" value="Nao" style="edgeStyle=orthogonalEdgeStyle;rounded=0;fontSize=11;" edge="1" parent="1" source="e_d1" target="e_n7"><mxGeometry relative="1" as="geometry" /></mxCell>
        <mxCell id="ee11" value="Sim" style="edgeStyle=orthogonalEdgeStyle;rounded=0;fontSize=11;" edge="1" parent="1" source="e_d1" target="e_n8"><mxGeometry relative="1" as="geometry" /></mxCell>
        <mxCell id="ee12" style="edgeStyle=orthogonalEdgeStyle;rounded=0;" edge="1" parent="1" source="e_n8" target="e_n9"><mxGeometry relative="1" as="geometry" /></mxCell>
        <mxCell id="ee13" value="proximo requisito" style="edgeStyle=orthogonalEdgeStyle;rounded=0;fontSize=10;exitX=0;exitY=0;entryX=0;entryY=0.5;dashed=1;" edge="1" parent="1" source="e_n9" target="e_note1"><mxGeometry relative="1" as="geometry" /></mxCell>
        <mxCell id="ee14" value="todos requisitos processados" style="edgeStyle=orthogonalEdgeStyle;rounded=0;fontSize=10;" edge="1" parent="1" source="e_n9" target="e_n10"><mxGeometry relative="1" as="geometry" /></mxCell>
        <mxCell id="ee15" style="edgeStyle=orthogonalEdgeStyle;rounded=0;" edge="1" parent="1" source="e_n10" target="e_n11"><mxGeometry relative="1" as="geometry" /></mxCell>
        <mxCell id="ee16" style="edgeStyle=orthogonalEdgeStyle;rounded=0;" edge="1" parent="1" source="e_n11" target="e_n12"><mxGeometry relative="1" as="geometry" /></mxCell>
        <mxCell id="ee17" style="edgeStyle=orthogonalEdgeStyle;rounded=0;" edge="1" parent="1" source="e_n12" target="e_d2"><mxGeometry relative="1" as="geometry" /></mxCell>
        <mxCell id="ee18" value="Nao" style="edgeStyle=orthogonalEdgeStyle;rounded=0;fontSize=11;" edge="1" parent="1" source="e_d2" target="e_bno"><mxGeometry relative="1" as="geometry" /></mxCell>
        <mxCell id="ee19" value="Sim" style="edgeStyle=orthogonalEdgeStyle;rounded=0;fontSize=11;" edge="1" parent="1" source="e_d2" target="e_n13"><mxGeometry relative="1" as="geometry" /></mxCell>
        <mxCell id="ee20" style="edgeStyle=orthogonalEdgeStyle;rounded=0;" edge="1" parent="1" source="e_n13" target="e_d3"><mxGeometry relative="1" as="geometry" /></mxCell>
        <mxCell id="ee21" value="Sim" style="edgeStyle=orthogonalEdgeStyle;rounded=0;fontSize=11;" edge="1" parent="1" source="e_d3" target="e_n14"><mxGeometry relative="1" as="geometry" /></mxCell>
        <mxCell id="ee22" value="Nao" style="edgeStyle=orthogonalEdgeStyle;rounded=0;fontSize=11;exitX=0;exitY=0.5;entryX=0;entryY=0.5;" edge="1" parent="1" source="e_d3" target="e_end"><mxGeometry relative="1" as="geometry" /></mxCell>
        <mxCell id="ee23" style="edgeStyle=orthogonalEdgeStyle;rounded=0;" edge="1" parent="1" source="e_n14" target="e_n15"><mxGeometry relative="1" as="geometry" /></mxCell>
        <mxCell id="ee24" style="edgeStyle=orthogonalEdgeStyle;rounded=0;" edge="1" parent="1" source="e_n15" target="e_end"><mxGeometry relative="1" as="geometry" /></mxCell>
      </root>
    </mxGraphModel>
  </diagram>

  <diagram id="refinamento" name="4 - Ciclo de refinamento humano-no-loop">
    <mxGraphModel dx="1200" dy="800" grid="1" gridSize="10" guides="1" tooltips="1" connect="1" arrows="1" fold="1" page="1" pageScale="1" pageWidth="1000" pageHeight="1200" math="0" shadow="0">
      <root>
        <mxCell id="0" />
        <mxCell id="1" parent="0" />

        <mxCell id="r_n1" value="review_story / review_epic reprova" style="ellipse;whiteSpace=wrap;fillColor=#d5e8d4;strokeColor=#82b366;fontSize=12;" vertex="1" parent="1">
          <mxGeometry x="380" y="40" width="320" height="50" as="geometry" />
        </mxCell>
        <mxCell id="r_n2" value="review_notes: apontamentos concretos&#10;(ex.: criterio nao cobre caso de erro X)" style="rounded=1;whiteSpace=wrap;fillColor=#dae8fc;strokeColor=#6c8ebf;fontSize=12;" vertex="1" parent="1">
          <mxGeometry x="380" y="120" width="320" height="50" as="geometry" />
        </mxCell>
        <mxCell id="r_n3" value="generate_clarifying_questions&#10;(LLM gerador - mistral)" style="rounded=1;whiteSpace=wrap;fillColor=#dae8fc;strokeColor=#6c8ebf;fontSize=12;" vertex="1" parent="1">
          <mxGeometry x="380" y="200" width="320" height="50" as="geometry" />
        </mxCell>
        <mxCell id="r_n4" value="Perguntas apresentadas no terminal&#10;(run.py --refinar)" style="rounded=1;whiteSpace=wrap;fillColor=#dae8fc;strokeColor=#6c8ebf;fontSize=12;" vertex="1" parent="1">
          <mxGeometry x="380" y="280" width="320" height="50" as="geometry" />
        </mxCell>
        <mxCell id="r_n5" value="Humano responde&#10;(contexto real - nao o LLM&#10;adivinhando sozinho)" style="rounded=1;whiteSpace=wrap;fillColor=#fff2cc;strokeColor=#d6b656;fontSize=12;fontStyle=1;" vertex="1" parent="1">
          <mxGeometry x="380" y="360" width="320" height="60" as="geometry" />
        </mxCell>
        <mxCell id="r_n6" value="refine_story: reescreve description,&#10;business_rules e acceptance_criteria" style="rounded=1;whiteSpace=wrap;fillColor=#dae8fc;strokeColor=#6c8ebf;fontSize=12;" vertex="1" parent="1">
          <mxGeometry x="380" y="450" width="320" height="50" as="geometry" />
        </mxCell>
        <mxCell id="r_n7" value="Revalida: validate_story + review_story" style="rounded=1;whiteSpace=wrap;fillColor=#dae8fc;strokeColor=#6c8ebf;fontSize=12;" vertex="1" parent="1">
          <mxGeometry x="380" y="530" width="320" height="50" as="geometry" />
        </mxCell>
        <mxCell id="r_d1" value="Aprovado&#10;agora?" style="rhombus;whiteSpace=wrap;fillColor=#ffe6cc;strokeColor=#d79b00;fontSize=12;" vertex="1" parent="1">
          <mxGeometry x="380" y="610" width="320" height="100" as="geometry" />
        </mxCell>
        <mxCell id="r_n8" value="Aceite humano explicito&#10;(status -&gt; ACCEPTED)" style="rounded=1;whiteSpace=wrap;fillColor=#d5e8d4;strokeColor=#82b366;fontSize=12;fontStyle=1;" vertex="1" parent="1">
          <mxGeometry x="380" y="740" width="320" height="50" as="geometry" />
        </mxCell>
        <mxCell id="r_n9" value="diff_story_versions:&#10;changelog (regras/criterios novos&#10;vs. descontinuados)" style="rounded=1;whiteSpace=wrap;fillColor=#dae8fc;strokeColor=#6c8ebf;fontSize=12;" vertex="1" parent="1">
          <mxGeometry x="380" y="820" width="320" height="60" as="geometry" />
        </mxCell>
        <mxCell id="r_d2" value="Origem era&#10;ticket Jira?" style="rhombus;whiteSpace=wrap;fillColor=#ffe6cc;strokeColor=#d79b00;fontSize=12;" vertex="1" parent="1">
          <mxGeometry x="380" y="910" width="320" height="100" as="geometry" />
        </mxCell>
        <mxCell id="r_n10" value="Pergunta se persiste no ticket&#10;-&gt; update_jira_issue" style="rounded=1;whiteSpace=wrap;fillColor=#dae8fc;strokeColor=#6c8ebf;fontSize=12;" vertex="1" parent="1">
          <mxGeometry x="380" y="1040" width="320" height="60" as="geometry" />
        </mxCell>
        <mxCell id="r_end" value="Fim" style="ellipse;whiteSpace=wrap;fillColor=#d5e8d4;strokeColor=#82b366;fontSize=12;" vertex="1" parent="1">
          <mxGeometry x="380" y="1130" width="320" height="50" as="geometry" />
        </mxCell>

        <mxCell id="re1" style="edgeStyle=orthogonalEdgeStyle;rounded=0;" edge="1" parent="1" source="r_n1" target="r_n2"><mxGeometry relative="1" as="geometry" /></mxCell>
        <mxCell id="re2" style="edgeStyle=orthogonalEdgeStyle;rounded=0;" edge="1" parent="1" source="r_n2" target="r_n3"><mxGeometry relative="1" as="geometry" /></mxCell>
        <mxCell id="re3" style="edgeStyle=orthogonalEdgeStyle;rounded=0;" edge="1" parent="1" source="r_n3" target="r_n4"><mxGeometry relative="1" as="geometry" /></mxCell>
        <mxCell id="re4" style="edgeStyle=orthogonalEdgeStyle;rounded=0;" edge="1" parent="1" source="r_n4" target="r_n5"><mxGeometry relative="1" as="geometry" /></mxCell>
        <mxCell id="re5" style="edgeStyle=orthogonalEdgeStyle;rounded=0;" edge="1" parent="1" source="r_n5" target="r_n6"><mxGeometry relative="1" as="geometry" /></mxCell>
        <mxCell id="re6" style="edgeStyle=orthogonalEdgeStyle;rounded=0;" edge="1" parent="1" source="r_n6" target="r_n7"><mxGeometry relative="1" as="geometry" /></mxCell>
        <mxCell id="re7" style="edgeStyle=orthogonalEdgeStyle;rounded=0;" edge="1" parent="1" source="r_n7" target="r_d1"><mxGeometry relative="1" as="geometry" /></mxCell>
        <mxCell id="re8" value="Nao (novo ciclo com&#10;novos review_notes)" style="edgeStyle=orthogonalEdgeStyle;rounded=0;fontSize=10;exitX=1;exitY=0.5;entryX=1;entryY=0.5;" edge="1" parent="1" source="r_d1" target="r_n3"><mxGeometry relative="1" as="geometry" /></mxCell>
        <mxCell id="re9" value="Sim" style="edgeStyle=orthogonalEdgeStyle;rounded=0;fontSize=11;" edge="1" parent="1" source="r_d1" target="r_n8"><mxGeometry relative="1" as="geometry" /></mxCell>
        <mxCell id="re10" style="edgeStyle=orthogonalEdgeStyle;rounded=0;" edge="1" parent="1" source="r_n8" target="r_n9"><mxGeometry relative="1" as="geometry" /></mxCell>
        <mxCell id="re11" style="edgeStyle=orthogonalEdgeStyle;rounded=0;" edge="1" parent="1" source="r_n9" target="r_d2"><mxGeometry relative="1" as="geometry" /></mxCell>
        <mxCell id="re12" value="Sim" style="edgeStyle=orthogonalEdgeStyle;rounded=0;fontSize=11;" edge="1" parent="1" source="r_d2" target="r_n10"><mxGeometry relative="1" as="geometry" /></mxCell>
        <mxCell id="re13" value="Nao" style="edgeStyle=orthogonalEdgeStyle;rounded=0;fontSize=11;exitX=0;exitY=0.5;entryX=0;entryY=0.5;" edge="1" parent="1" source="r_d2" target="r_end"><mxGeometry relative="1" as="geometry" /></mxCell>
        <mxCell id="re14" style="edgeStyle=orthogonalEdgeStyle;rounded=0;" edge="1" parent="1" source="r_n10" target="r_end"><mxGeometry relative="1" as="geometry" /></mxCell>
      </root>
    </mxGraphModel>
  </diagram>

  <diagram id="integracoes" name="5 - Integracoes externas">
    <mxGraphModel dx="1200" dy="800" grid="1" gridSize="10" guides="1" tooltips="1" connect="1" arrows="1" fold="1" page="1" pageScale="1" pageWidth="1120" pageHeight="880" math="0" shadow="0">
      <root>
        <mxCell id="0" />
        <mxCell id="1" parent="0" />

        <mxCell id="i_center" value="Agente&#10;(src/aqua_qe_product_owner/)" style="rounded=1;whiteSpace=wrap;fillColor=#dae8fc;strokeColor=#6c8ebf;fontSize=13;fontStyle=1;" vertex="1" parent="1">
          <mxGeometry x="440" y="440" width="280" height="80" as="geometry" />
        </mxCell>
        <mxCell id="i_ollama" value="Ollama local&#10;(host: OLLAMA_BASE_URL)&#10;&#10;mistral - gerador&#10;phi4 - revisor independente&#10;bge-m3 - embeddings" style="rounded=1;whiteSpace=wrap;fillColor=#ffe6cc;strokeColor=#d79b00;fontSize=11;" vertex="1" parent="1">
          <mxGeometry x="80" y="120" width="320" height="140" as="geometry" />
        </mxCell>
        <mxCell id="i_qdrant" value="Qdrant embarcado&#10;(.data/qdrant/, sem servidor)" style="rounded=1;whiteSpace=wrap;fillColor=#ffe6cc;strokeColor=#d79b00;fontSize=11;" vertex="1" parent="1">
          <mxGeometry x="760" y="120" width="300" height="100" as="geometry" />
        </mxCell>
        <mxCell id="i_jira" value="Jira Cloud&#10;REST API v3&#10;Basic Auth (e-mail + API token)&#10;leitura / escrita / criacao" style="rounded=1;whiteSpace=wrap;fillColor=#ffe6cc;strokeColor=#d79b00;fontSize=11;" vertex="1" parent="1">
          <mxGeometry x="80" y="680" width="320" height="120" as="geometry" />
        </mxCell>
        <mxCell id="i_confluence" value="Confluence Cloud&#10;REST API v1&#10;(mesmas credenciais do Jira)&#10;leitura de pagina" style="rounded=1;whiteSpace=wrap;fillColor=#ffe6cc;strokeColor=#d79b00;fontSize=11;" vertex="1" parent="1">
          <mxGeometry x="760" y="680" width="300" height="120" as="geometry" />
        </mxCell>

        <mxCell id="ie1" value="llm_service /&#10;embedding_service" style="edgeStyle=orthogonalEdgeStyle;rounded=0;fontSize=10;" edge="1" parent="1" source="i_center" target="i_ollama"><mxGeometry relative="1" as="geometry" /></mxCell>
        <mxCell id="ie2" value="rag_service" style="edgeStyle=orthogonalEdgeStyle;rounded=0;fontSize=10;" edge="1" parent="1" source="i_center" target="i_qdrant"><mxGeometry relative="1" as="geometry" /></mxCell>
        <mxCell id="ie3" value="jira_service" style="edgeStyle=orthogonalEdgeStyle;rounded=0;fontSize=10;" edge="1" parent="1" source="i_center" target="i_jira"><mxGeometry relative="1" as="geometry" /></mxCell>
        <mxCell id="ie4" value="confluence_service" style="edgeStyle=orthogonalEdgeStyle;rounded=0;fontSize=10;" edge="1" parent="1" source="i_center" target="i_confluence"><mxGeometry relative="1" as="geometry" /></mxCell>
      </root>
    </mxGraphModel>
  </diagram>
+ 
+   <diagram id="ideiaparaprd" name="6 - Ideia para PRD e Confluence">
+     <mxGraphModel dx="1200" dy="800" grid="1" gridSize="10" guides="1" tooltips="1" connect="1" arrows="1" fold="1" page="1" pageScale="1" pageWidth="1150" pageHeight="1320" math="0" shadow="0">
+       <root>
+         <mxCell id="0" />
+         <mxCell id="1" parent="0" />
+ 
+         <mxCell id="p_n1" value="Ideia informal&#10;(--modo prd)" style="ellipse;whiteSpace=wrap;fillColor=#d5e8d4;strokeColor=#82b366;fontSize=12;" vertex="1" parent="1">
+           <mxGeometry x="380" y="40" width="340" height="50" as="geometry" />
+         </mxCell>
+         <mxCell id="p_n2" value="generate_prd (LLM gerador - mistral)" style="rounded=1;whiteSpace=wrap;fillColor=#dae8fc;strokeColor=#6c8ebf;fontSize=12;" vertex="1" parent="1">
+           <mxGeometry x="380" y="120" width="340" height="50" as="geometry" />
+         </mxCell>
+         <mxCell id="p_n3" value="validate_prd (checklist Python puro)" style="rounded=1;whiteSpace=wrap;fillColor=#dae8fc;strokeColor=#6c8ebf;fontSize=12;" vertex="1" parent="1">
+           <mxGeometry x="380" y="200" width="340" height="50" as="geometry" />
+         </mxCell>
+         <mxCell id="p_d1" value="Passa no&#10;checklist?" style="rhombus;whiteSpace=wrap;fillColor=#ffe6cc;strokeColor=#d79b00;fontSize=12;" vertex="1" parent="1">
+           <mxGeometry x="380" y="280" width="340" height="100" as="geometry" />
+         </mxCell>
+         <mxCell id="p_b1" value="PENDING_CLARIFICATION:&#10;PRD incompleto" style="rounded=1;whiteSpace=wrap;fillColor=#f8cecc;strokeColor=#b85450;dashed=1;fontSize=11;" vertex="1" parent="1">
+           <mxGeometry x="760" y="300" width="280" height="60" as="geometry" />
+         </mxCell>
+         <mxCell id="p_n4" value="review_prd (LLM revisor - phi4)" style="rounded=1;whiteSpace=wrap;fillColor=#dae8fc;strokeColor=#6c8ebf;fontSize=12;" vertex="1" parent="1">
+           <mxGeometry x="380" y="410" width="340" height="50" as="geometry" />
+         </mxCell>
+         <mxCell id="p_d2" value="Aprovado pelo&#10;revisor?" style="rhombus;whiteSpace=wrap;fillColor=#ffe6cc;strokeColor=#d79b00;fontSize=12;" vertex="1" parent="1">
+           <mxGeometry x="380" y="490" width="340" height="100" as="geometry" />
+         </mxCell>
+         <mxCell id="p_b2" value="Ciclo de refinamento:&#10;generate_prd_clarifying_questions -&gt;&#10;resposta humana -&gt; refine_prd -&gt; revalidar" style="shape=process;whiteSpace=wrap;fillColor=#fff2cc;strokeColor=#d6b656;fontSize=11;" vertex="1" parent="1">
+           <mxGeometry x="760" y="510" width="280" height="70" as="geometry" />
+         </mxCell>
+         <mxCell id="p_n5" value="Aceite humano explicito -&gt;&#10;status ACCEPTED, format_prd_markdown" style="rounded=1;whiteSpace=wrap;fillColor=#d5e8d4;strokeColor=#82b366;fontSize=12;fontStyle=1;" vertex="1" parent="1">
+           <mxGeometry x="380" y="620" width="340" height="60" as="geometry" />
+         </mxCell>
+         <mxCell id="p_n6" value="Se --saida: grava o Markdown em arquivo" style="rounded=1;whiteSpace=wrap;fillColor=#dae8fc;strokeColor=#6c8ebf;fontSize=11;dashed=1;" vertex="1" parent="1">
+           <mxGeometry x="380" y="710" width="340" height="50" as="geometry" />
+         </mxCell>
+         <mxCell id="p_d3" value="--publicar-confluence?" style="rhombus;whiteSpace=wrap;fillColor=#ffe6cc;strokeColor=#d79b00;fontSize=12;" vertex="1" parent="1">
+           <mxGeometry x="380" y="790" width="340" height="100" as="geometry" />
+         </mxCell>
+         <mxCell id="p_n7" value="Pergunta titulo -&gt; create_confluence_page&#10;-&gt; URL da pagina retornada" style="rounded=1;whiteSpace=wrap;fillColor=#dae8fc;strokeColor=#6c8ebf;fontSize=11;" vertex="1" parent="1">
+           <mxGeometry x="380" y="920" width="340" height="60" as="geometry" />
+         </mxCell>
+         <mxCell id="p_d4" value="Continuar e gerar o&#10;Epico a partir deste PRD?" style="rhombus;whiteSpace=wrap;fillColor=#ffe6cc;strokeColor=#d79b00;fontSize=12;" vertex="1" parent="1">
+           <mxGeometry x="380" y="1010" width="340" height="100" as="geometry" />
+         </mxCell>
+         <mxCell id="p_n8" value="Ver Diagrama 3:&#10;generate_epic_shape(texto_final) -&gt; ..." style="shape=process;whiteSpace=wrap;fillColor=#fff2cc;strokeColor=#d6b656;fontSize=11;" vertex="1" parent="1">
+           <mxGeometry x="380" y="1140" width="340" height="60" as="geometry" />
+         </mxCell>
+         <mxCell id="p_end" value="Fim" style="ellipse;whiteSpace=wrap;fillColor=#d5e8d4;strokeColor=#82b366;fontSize=12;" vertex="1" parent="1">
+           <mxGeometry x="380" y="1230" width="340" height="50" as="geometry" />
+         </mxCell>
+ 
+         <mxCell id="pe1" style="edgeStyle=orthogonalEdgeStyle;rounded=0;" edge="1" parent="1" source="p_n1" target="p_n2"><mxGeometry relative="1" as="geometry" /></mxCell>
+         <mxCell id="pe2" style="edgeStyle=orthogonalEdgeStyle;rounded=0;" edge="1" parent="1" source="p_n2" target="p_n3"><mxGeometry relative="1" as="geometry" /></mxCell>
+         <mxCell id="pe3" style="edgeStyle=orthogonalEdgeStyle;rounded=0;" edge="1" parent="1" source="p_n3" target="p_d1"><mxGeometry relative="1" as="geometry" /></mxCell>
+         <mxCell id="pe4" value="Nao" style="edgeStyle=orthogonalEdgeStyle;rounded=0;fontSize=11;" edge="1" parent="1" source="p_d1" target="p_b1"><mxGeometry relative="1" as="geometry" /></mxCell>
+         <mxCell id="pe5" value="Sim" style="edgeStyle=orthogonalEdgeStyle;rounded=0;fontSize=11;" edge="1" parent="1" source="p_d1" target="p_n4"><mxGeometry relative="1" as="geometry" /></mxCell>
+         <mxCell id="pe6" style="edgeStyle=orthogonalEdgeStyle;rounded=0;" edge="1" parent="1" source="p_n4" target="p_d2"><mxGeometry relative="1" as="geometry" /></mxCell>
+         <mxCell id="pe7" value="Nao" style="edgeStyle=orthogonalEdgeStyle;rounded=0;fontSize=11;" edge="1" parent="1" source="p_d2" target="p_b2"><mxGeometry relative="1" as="geometry" /></mxCell>
+         <mxCell id="pe8" value="PRD refinado&#10;(revalidar)" style="edgeStyle=orthogonalEdgeStyle;rounded=0;fontSize=10;exitX=1;exitY=0;entryX=1;entryY=0.5;dashed=1;" edge="1" parent="1" source="p_b2" target="p_d1"><mxGeometry relative="1" as="geometry" /></mxCell>
+         <mxCell id="pe9" value="Sim" style="edgeStyle=orthogonalEdgeStyle;rounded=0;fontSize=11;" edge="1" parent="1" source="p_d2" target="p_n5"><mxGeometry relative="1" as="geometry" /></mxCell>
+         <mxCell id="pe10" style="edgeStyle=orthogonalEdgeStyle;rounded=0;" edge="1" parent="1" source="p_n5" target="p_n6"><mxGeometry relative="1" as="geometry" /></mxCell>
+         <mxCell id="pe11" style="edgeStyle=orthogonalEdgeStyle;rounded=0;" edge="1" parent="1" source="p_n6" target="p_d3"><mxGeometry relative="1" as="geometry" /></mxCell>
+         <mxCell id="pe12" value="Sim" style="edgeStyle=orthogonalEdgeStyle;rounded=0;fontSize=11;" edge="1" parent="1" source="p_d3" target="p_n7"><mxGeometry relative="1" as="geometry" /></mxCell>
+         <mxCell id="pe13" style="edgeStyle=orthogonalEdgeStyle;rounded=0;" edge="1" parent="1" source="p_n7" target="p_d4"><mxGeometry relative="1" as="geometry" /></mxCell>
+         <mxCell id="pe14" value="Nao" style="edgeStyle=orthogonalEdgeStyle;rounded=0;fontSize=11;exitX=0;exitY=0.5;entryX=0;entryY=0.5;" edge="1" parent="1" source="p_d3" target="p_d4"><mxGeometry relative="1" as="geometry" /></mxCell>
+         <mxCell id="pe15" value="Sim" style="edgeStyle=orthogonalEdgeStyle;rounded=0;fontSize=11;" edge="1" parent="1" source="p_d4" target="p_n8"><mxGeometry relative="1" as="geometry" /></mxCell>
+         <mxCell id="pe16" style="edgeStyle=orthogonalEdgeStyle;rounded=0;" edge="1" parent="1" source="p_n8" target="p_end"><mxGeometry relative="1" as="geometry" /></mxCell>
+         <mxCell id="pe17" value="Nao" style="edgeStyle=orthogonalEdgeStyle;rounded=0;fontSize=11;exitX=0;exitY=0.5;entryX=0;entryY=0.5;" edge="1" parent="1" source="p_d4" target="p_end"><mxGeometry relative="1" as="geometry" /></mxCell>
+       </root>
+     </mxGraphModel>
+   </diagram>
</mxfile>
